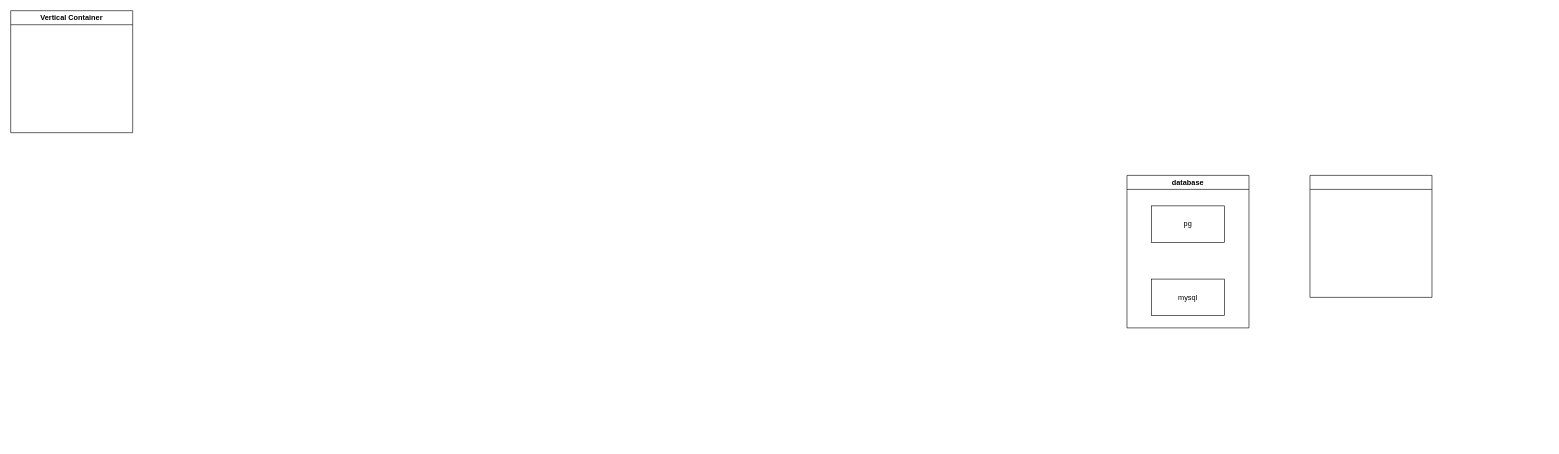
Earlier version of the draw.io diagram test.drawio (pdsat8/drawio_files). Source tidied: cells renumbered, new cells numbered last; positions are measured from the earlier drawing's top-left corner, leaving out a move shared by most shapes. Both pictures are drawn from the tidied source at 61%, with x=0, y=0 at pixel (10, 10).
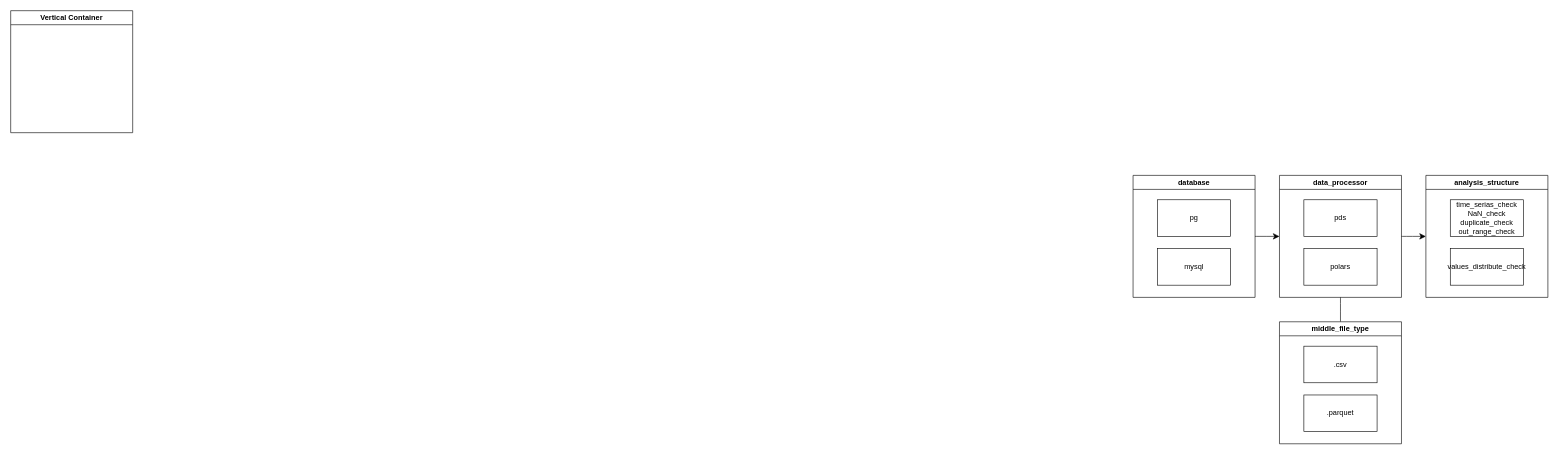
The same page after the edit.

Change to the diagram source:
```diff
@@
 <mxGraphModel>
   <root>
     <mxCell id="0" />
     <mxCell id="1" parent="0" />
+    <mxCell id="7" style="edgeStyle=none;curved=1;rounded=0;jettySize=auto;html=1;fontSize=12;startSize=8;endSize=8;entryX=0;entryY=0.5;entryDx=0;entryDy=0;" parent="1" edge="1" source="2" target="6">
+      <mxGeometry relative="1" as="geometry" />
+    </mxCell>
     <mxCell id="2" value="database" style="swimlane;whiteSpace=wrap;html=1;" parent="1" vertex="1">
-      <mxGeometry x="1830" y="270" width="200" height="250" as="geometry" />
+      <mxGeometry x="1840" y="270" width="200" height="200" as="geometry" />
     </mxCell>
     <mxCell id="3" value="pg" style="rounded=0;whiteSpace=wrap;html=1;" parent="2" vertex="1">
-      <mxGeometry x="40" y="50" width="120" height="60" as="geometry" />
+      <mxGeometry x="40" y="40" width="120" height="60" as="geometry" />
     </mxCell>
     <mxCell id="4" value="mysql" style="rounded=0;whiteSpace=wrap;html=1;" parent="2" vertex="1">
-      <mxGeometry x="40" y="170" width="120" height="60" as="geometry" />
+      <mxGeometry x="40" y="120" width="120" height="60" as="geometry" />
     </mxCell>
     <mxCell id="5" value="Vertical Container" style="swimlane;whiteSpace=wrap;html=1;" parent="1" vertex="1">
       <mxGeometry width="200" height="200" as="geometry" />
     </mxCell>
+    <mxCell id="8" style="edgeStyle=none;curved=1;rounded=0;jettySize=auto;html=1;fontSize=12;startSize=8;endSize=8;entryX=0;entryY=0.5;entryDx=0;entryDy=0;" parent="1" edge="1" source="6" target="15">
+      <mxGeometry relative="1" as="geometry" />
+    </mxCell>
+    <mxCell id="9" style="edgeStyle=none;curved=1;rounded=0;jettySize=auto;html=1;exitX=0.5;exitY=1;exitDx=0;exitDy=0;fontSize=12;startSize=8;endSize=8;strokeColor=default;endArrow=none;endFill=0;" parent="1" edge="1" source="6" target="12">
+      <mxGeometry relative="1" as="geometry" />
+    </mxCell>
-    <mxCell id="6" style="swimlane;whiteSpace=wrap;html=1;" parent="1" vertex="1">
-      <mxGeometry x="2130" y="270" width="200" height="200" as="geometry" />
+    <mxCell id="6" value="data_processor" style="swimlane;whiteSpace=wrap;html=1;" parent="1" vertex="1">
+      <mxGeometry x="2080" y="270" width="200" height="200" as="geometry" />
     </mxCell>
+    <mxCell id="10" value="pds" style="rounded=0;whiteSpace=wrap;html=1;" parent="6" vertex="1">
+      <mxGeometry x="40" y="40" width="120" height="60" as="geometry" />
+    </mxCell>
+    <mxCell id="11" value="polars" style="rounded=0;whiteSpace=wrap;html=1;" parent="6" vertex="1">
+      <mxGeometry x="40" y="120" width="120" height="60" as="geometry" />
+    </mxCell>
+    <mxCell id="12" value="middle_file_type" style="swimlane;whiteSpace=wrap;html=1;" parent="1" vertex="1">
+      <mxGeometry x="2080" y="510" width="200" height="200" as="geometry" />
+    </mxCell>
+    <mxCell id="13" value=".csv" style="rounded=0;whiteSpace=wrap;html=1;" parent="12" vertex="1">
+      <mxGeometry x="40" y="40" width="120" height="60" as="geometry" />
+    </mxCell>
+    <mxCell id="14" value=".parquet" style="rounded=0;whiteSpace=wrap;html=1;" parent="12" vertex="1">
+      <mxGeometry x="40" y="120" width="120" height="60" as="geometry" />
+    </mxCell>
+    <mxCell id="15" value="analysis_structure" style="swimlane;whiteSpace=wrap;html=1;" parent="1" vertex="1">
+      <mxGeometry x="2320" y="270" width="200" height="200" as="geometry" />
+    </mxCell>
+    <mxCell id="16" value="time_serias_check&lt;div&gt;NaN_check&lt;/div&gt;&lt;div&gt;duplicate_check&lt;/div&gt;&lt;div&gt;out_range_check&lt;/div&gt;" style="rounded=0;whiteSpace=wrap;html=1;" parent="15" vertex="1">
+      <mxGeometry x="40" y="40" width="120" height="60" as="geometry" />
+    </mxCell>
+    <mxCell id="17" value="values_distribute_check" style="rounded=0;whiteSpace=wrap;html=1;" parent="15" vertex="1">
+      <mxGeometry x="40" y="120" width="120" height="60" as="geometry" />
+    </mxCell>
   </root>
 </mxGraphModel>
```
